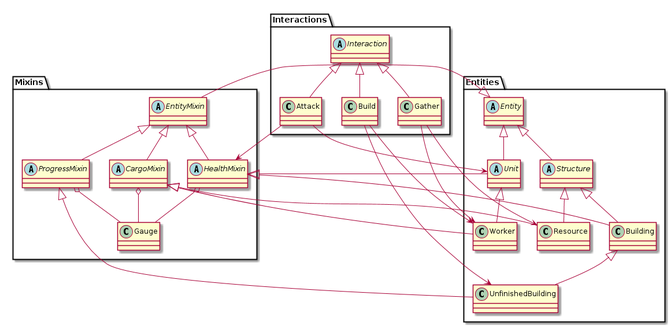
Before: doc/plantuml/clases-tp3.png, a diagram exported from PlantUML (fchurca/fiuba-7542-20152).
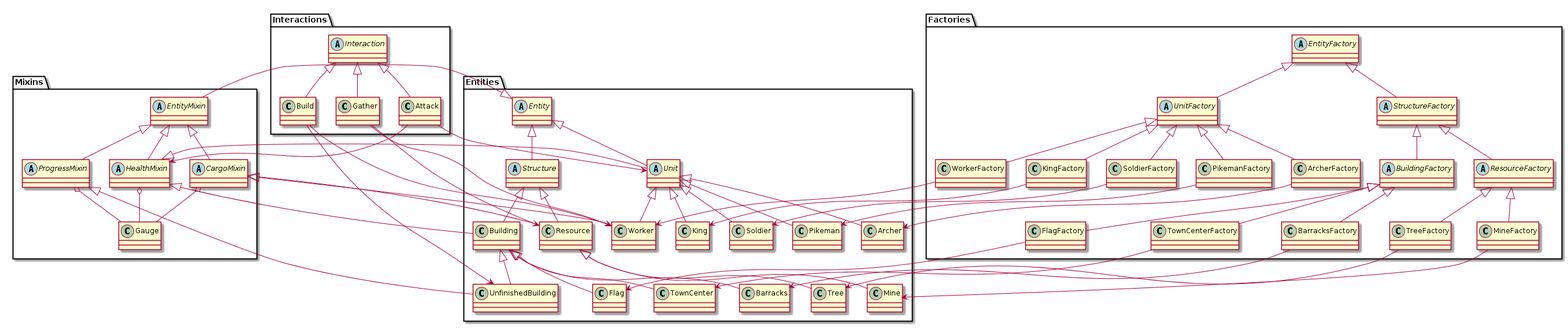
The same file after the commit.

Commit message:
Agrego Factories

The edit, as a diff of the source:
```diff
@@ -6,17 +6,37 @@
 abstract class Unit
 class Building
 class UnfinishedBuilding
+class TownCenter
+class Barracks
+class Flag
 class Resource
+class Tree
+class Mine
 class Worker
+class King
+class Soldier
+class Pikeman
+class Archer
 }
 
 Entity <|-- Structure
+
 Structure <|-- Building
 Building <|-- UnfinishedBuilding
+Building <|-- TownCenter
+Building <|-- Barracks
+Building <|-- Flag
+
 Structure <|-- Resource
+Resource <|-- Tree
+Resource <|-- Mine
 
 Entity <|-- Unit
+Unit <|-- King
 Unit <|-- Worker
+Unit <|-- Soldier
+Unit <|-- Pikeman
+Unit <|-- Archer
 
 
 package Mixins {
@@ -25,6 +45,7 @@
 abstract class ProgressMixin
 abstract class HealthMixin
 abstract class CargoMixin
+}
 
 Entity <|-- EntityMixin
 
@@ -36,7 +57,6 @@
 
 EntityMixin <|-- CargoMixin
 CargoMixin o-- Gauge
-}
 
 HealthMixin <|-- Unit
 HealthMixin <|-- Building
@@ -66,4 +86,49 @@
 Gather --> Worker
 Gather --> Resource
 
+
+package Factories {
+abstract class EntityFactory
+abstract class UnitFactory
+abstract class StructureFactory
+abstract class BuildingFactory
+abstract class ResourceFactory
+class WorkerFactory
+class KingFactory
+class SoldierFactory
+class PikemanFactory
+class ArcherFactory
+class BarracksFactory
+class FlagFactory
+class TownCenterFactory
+class MineFactory
+class TreeFactory
+}
+
+EntityFactory <|--  UnitFactory
+EntityFactory <|--  StructureFactory
+StructureFactory <|--  BuildingFactory
+StructureFactory <|--  ResourceFactory
+
+UnitFactory <|--  WorkerFactory
+WorkerFactory --> Worker
+UnitFactory <|--  KingFactory
+KingFactory --> King
+UnitFactory <|--  SoldierFactory
+SoldierFactory --> Soldier
+UnitFactory <|--  PikemanFactory
+PikemanFactory --> Pikeman
+UnitFactory <|--  ArcherFactory
+ArcherFactory --> Archer
+BuildingFactory <|--  BarracksFactory
+BarracksFactory --> Barracks
+BuildingFactory <|--  FlagFactory
+FlagFactory --> Flag
+BuildingFactory <|--  TownCenterFactory
+TownCenterFactory --> TownCenter
+ResourceFactory <|--  MineFactory
+MineFactory --> Mine
+ResourceFactory <|--  TreeFactory
+TreeFactory --> Tree
+
 @enduml
```
